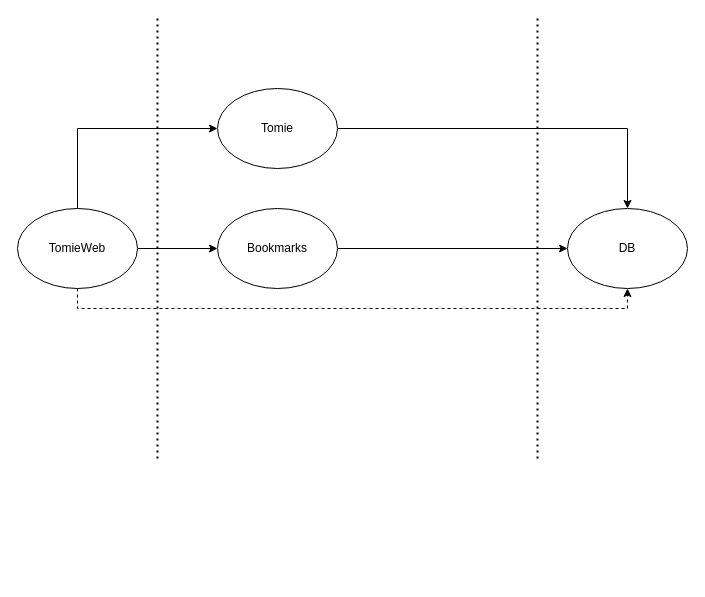
Above: docs/arch.drawio in inhji/tomie_mirror (draw.io), before the change. Source tidied: cells renumbered, new cells numbered last; positions are measured from the earlier drawing's top-left corner, leaving out a move shared by most shapes. Both pictures are drawn from the tidied source at 100%, with x=0, y=0 at pixel (17, 18).
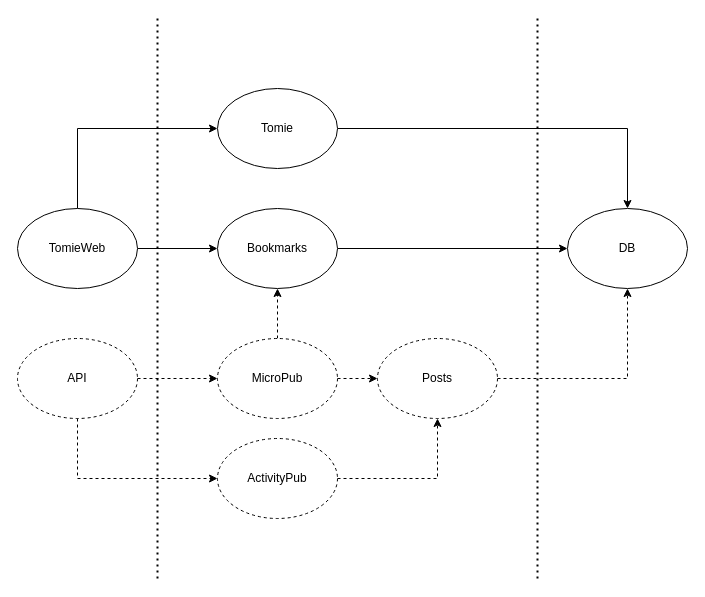
Above is the later version.

Commit message (it also covers changes not shown here):
Dateien hochladen nach „docs“

The change refers to these unchanged cells:
```xml
<mxCell id="5" value="TomieWeb" style="ellipse;whiteSpace=wrap;html=1;" parent="1" vertex="1">
  <mxGeometry y="190" width="120" height="80" as="geometry" />
</mxCell>
<mxCell id="9" value="Bookmarks" style="ellipse;whiteSpace=wrap;html=1;" parent="1" vertex="1">
  <mxGeometry x="200" y="190" width="120" height="80" as="geometry" />
</mxCell>
<mxCell id="10" value="DB" style="ellipse;whiteSpace=wrap;html=1;" parent="1" vertex="1">
  <mxGeometry x="550" y="190" width="120" height="80" as="geometry" />
</mxCell>
```

Diff of the diagram source:
```diff
@@
-    <mxCell id="4" style="edgeStyle=orthogonalEdgeStyle;rounded=0;comic=0;jettySize=auto;html=1;exitX=0.5;exitY=1;exitDx=0;exitDy=0;entryX=0.5;entryY=1;entryDx=0;entryDy=0;dashed=1;" parent="1" edge="1" source="5" target="10">
-      <mxGeometry relative="1" as="geometry" />
-    </mxCell>
@@
     <mxCell id="11" style="endArrow=none;dashed=1;html=1;dashPattern=1 2;strokeWidth=2;" parent="1" edge="1">
       <mxGeometry relative="1" as="geometry">
-        <mxPoint x="140" y="440" as="sourcePoint" />
+        <mxPoint x="140" y="560" as="sourcePoint" />
         <mxPoint x="140" as="targetPoint" />
       </mxGeometry>
     </mxCell>
     <mxCell id="12" style="endArrow=none;dashed=1;html=1;dashPattern=1 2;strokeWidth=2;" parent="1" edge="1">
       <mxGeometry relative="1" as="geometry">
-        <mxPoint x="520" y="440" as="sourcePoint" />
+        <mxPoint x="520" y="560" as="sourcePoint" />
         <mxPoint x="520" as="targetPoint" />
       </mxGeometry>
     </mxCell>
+    <mxCell id="13" style="edgeStyle=orthogonalEdgeStyle;rounded=0;jettySize=auto;html=1;exitX=0.5;exitY=0;exitDx=0;exitDy=0;entryX=0.5;entryY=1;entryDx=0;entryDy=0;dashed=1;" parent="1" edge="1" source="15" target="9">
+      <mxGeometry relative="1" as="geometry" />
+    </mxCell>
+    <mxCell id="14" style="edgeStyle=orthogonalEdgeStyle;rounded=0;jettySize=auto;html=1;exitX=1;exitY=0.5;exitDx=0;exitDy=0;entryX=0;entryY=0.5;entryDx=0;entryDy=0;dashed=1;" parent="1" edge="1" source="15" target="17">
+      <mxGeometry relative="1" as="geometry" />
+    </mxCell>
+    <mxCell id="15" value="MicroPub" style="ellipse;whiteSpace=wrap;html=1;dashed=1;" parent="1" vertex="1">
+      <mxGeometry x="200" y="320" width="120" height="80" as="geometry" />
+    </mxCell>
+    <mxCell id="16" style="edgeStyle=orthogonalEdgeStyle;rounded=0;jettySize=auto;html=1;exitX=1;exitY=0.5;exitDx=0;exitDy=0;entryX=0.5;entryY=1;entryDx=0;entryDy=0;dashed=1;" parent="1" edge="1" source="17" target="10">
+      <mxGeometry relative="1" as="geometry" />
+    </mxCell>
+    <mxCell id="17" value="Posts" style="ellipse;whiteSpace=wrap;html=1;dashed=1;" parent="1" vertex="1">
+      <mxGeometry x="360" y="320" width="120" height="80" as="geometry" />
+    </mxCell>
+    <mxCell id="18" style="edgeStyle=orthogonalEdgeStyle;rounded=0;jettySize=auto;html=1;exitX=1;exitY=0.5;exitDx=0;exitDy=0;entryX=0;entryY=0.5;entryDx=0;entryDy=0;dashed=1;" parent="1" edge="1" source="20" target="15">
+      <mxGeometry relative="1" as="geometry" />
+    </mxCell>
+    <mxCell id="19" style="edgeStyle=orthogonalEdgeStyle;rounded=0;jettySize=auto;html=1;exitX=0.5;exitY=1;exitDx=0;exitDy=0;entryX=0;entryY=0.5;entryDx=0;entryDy=0;dashed=1;" parent="1" edge="1" source="20" target="22">
+      <mxGeometry relative="1" as="geometry" />
+    </mxCell>
+    <mxCell id="20" value="API" style="ellipse;whiteSpace=wrap;html=1;dashed=1;" parent="1" vertex="1">
+      <mxGeometry y="320" width="120" height="80" as="geometry" />
+    </mxCell>
+    <mxCell id="21" style="edgeStyle=orthogonalEdgeStyle;rounded=0;jettySize=auto;html=1;exitX=1;exitY=0.5;exitDx=0;exitDy=0;entryX=0.5;entryY=1;entryDx=0;entryDy=0;dashed=1;" parent="1" edge="1" source="22" target="17">
+      <mxGeometry relative="1" as="geometry" />
+    </mxCell>
+    <mxCell id="22" value="ActivityPub" style="ellipse;whiteSpace=wrap;html=1;dashed=1;" parent="1" vertex="1">
+      <mxGeometry x="200" y="420" width="120" height="80" as="geometry" />
+    </mxCell>
```
